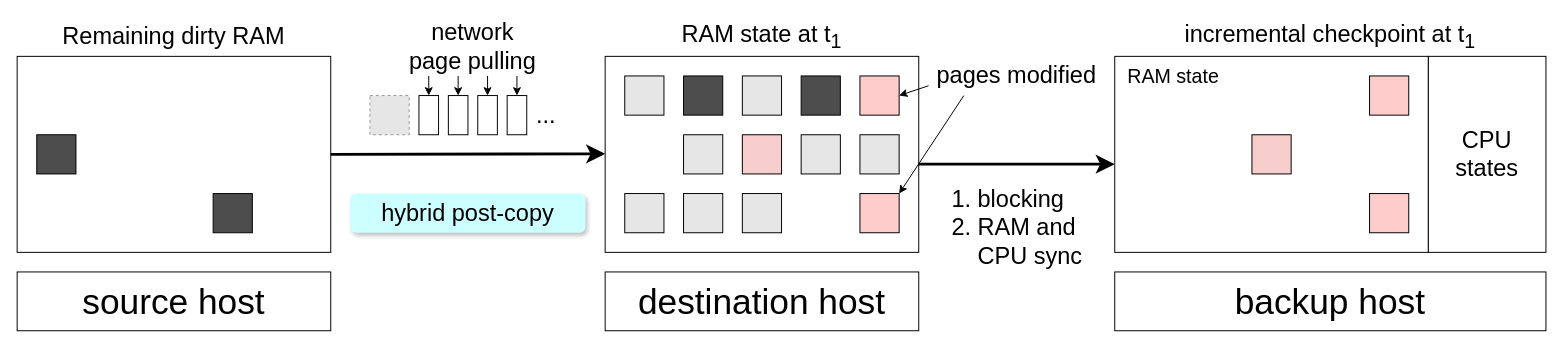
Above: final/incremental checkpoint's challenge.drawio in xuyizhe1999/drawio (draw.io), before the change. Source tidied: cells renumbered, new cells numbered last; positions are measured from the earlier drawing's top-left corner, leaving out a move shared by most shapes. Both pictures are drawn from the tidied source at 98%, with x=0, y=0 at pixel (17, 17). Pictures stored in the file or linked from it are replaced by grey dashed boxes.
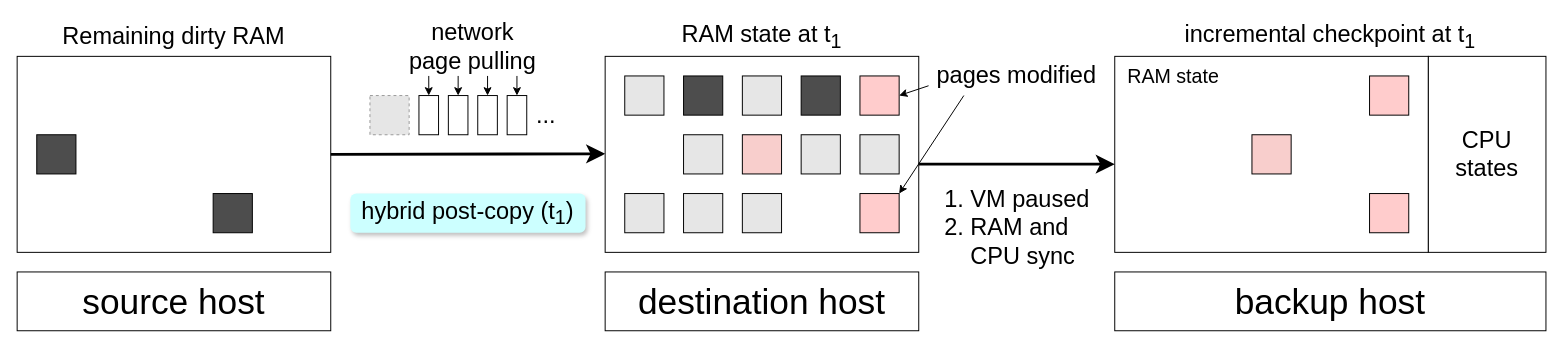
After the change.

What changed in the source:
```diff
@@
-    <mxCell id="22" value="&lt;font style=&quot;font-size: 24px;&quot;&gt;hybrid post-copy&lt;/font&gt;" style="text;html=1;strokeColor=none;fillColor=#CCFFFF;align=center;verticalAlign=middle;whiteSpace=wrap;rounded=1;shadow=1;" parent="1" vertex="1">
+    <mxCell id="22" value="&lt;font style=&quot;font-size: 24px;&quot;&gt;hybrid post-copy (t&lt;sub&gt;1&lt;/sub&gt;)&lt;/font&gt;" style="text;html=1;strokeColor=none;fillColor=#CCFFFF;align=center;verticalAlign=middle;whiteSpace=wrap;rounded=1;shadow=1;" parent="1" vertex="1">
       <mxGeometry x="340" y="180" width="240" height="40" as="geometry" />
     </mxCell>
@@
-    <mxCell id="49" value="&lt;div style=&quot;text-align: left;&quot;&gt;&lt;span style=&quot;font-size: 24px; background-color: initial;&quot;&gt;1. blocking&lt;/span&gt;&lt;/div&gt;&lt;font style=&quot;font-size: 24px;&quot;&gt;&lt;div style=&quot;text-align: left;&quot;&gt;&lt;span style=&quot;background-color: initial;&quot;&gt;2. RAM and&amp;nbsp;&lt;/span&gt;&lt;/div&gt;&lt;div style=&quot;text-align: left;&quot;&gt;&lt;span style=&quot;background-color: initial;&quot;&gt;&amp;nbsp; &amp;nbsp; CPU sync&lt;/span&gt;&lt;/div&gt;&lt;/font&gt;" style="text;html=1;strokeColor=none;fillColor=none;align=center;verticalAlign=middle;whiteSpace=wrap;rounded=0;" parent="1" vertex="1">
+    <mxCell id="49" value="&lt;div style=&quot;text-align: left;&quot;&gt;&lt;span style=&quot;font-size: 24px; background-color: initial;&quot;&gt;1. VM paused&lt;/span&gt;&lt;/div&gt;&lt;font style=&quot;font-size: 24px;&quot;&gt;&lt;div style=&quot;text-align: left;&quot;&gt;&lt;span style=&quot;background-color: initial;&quot;&gt;2. RAM and&amp;nbsp;&lt;/span&gt;&lt;/div&gt;&lt;div style=&quot;text-align: left;&quot;&gt;&lt;span style=&quot;background-color: initial;&quot;&gt;&amp;nbsp; &amp;nbsp; CPU sync&lt;/span&gt;&lt;/div&gt;&lt;/font&gt;" style="text;html=1;strokeColor=none;fillColor=none;align=center;verticalAlign=middle;whiteSpace=wrap;rounded=0;" parent="1" vertex="1">
       <mxGeometry x="941" y="160" width="159" height="110" as="geometry" />
     </mxCell>
```
